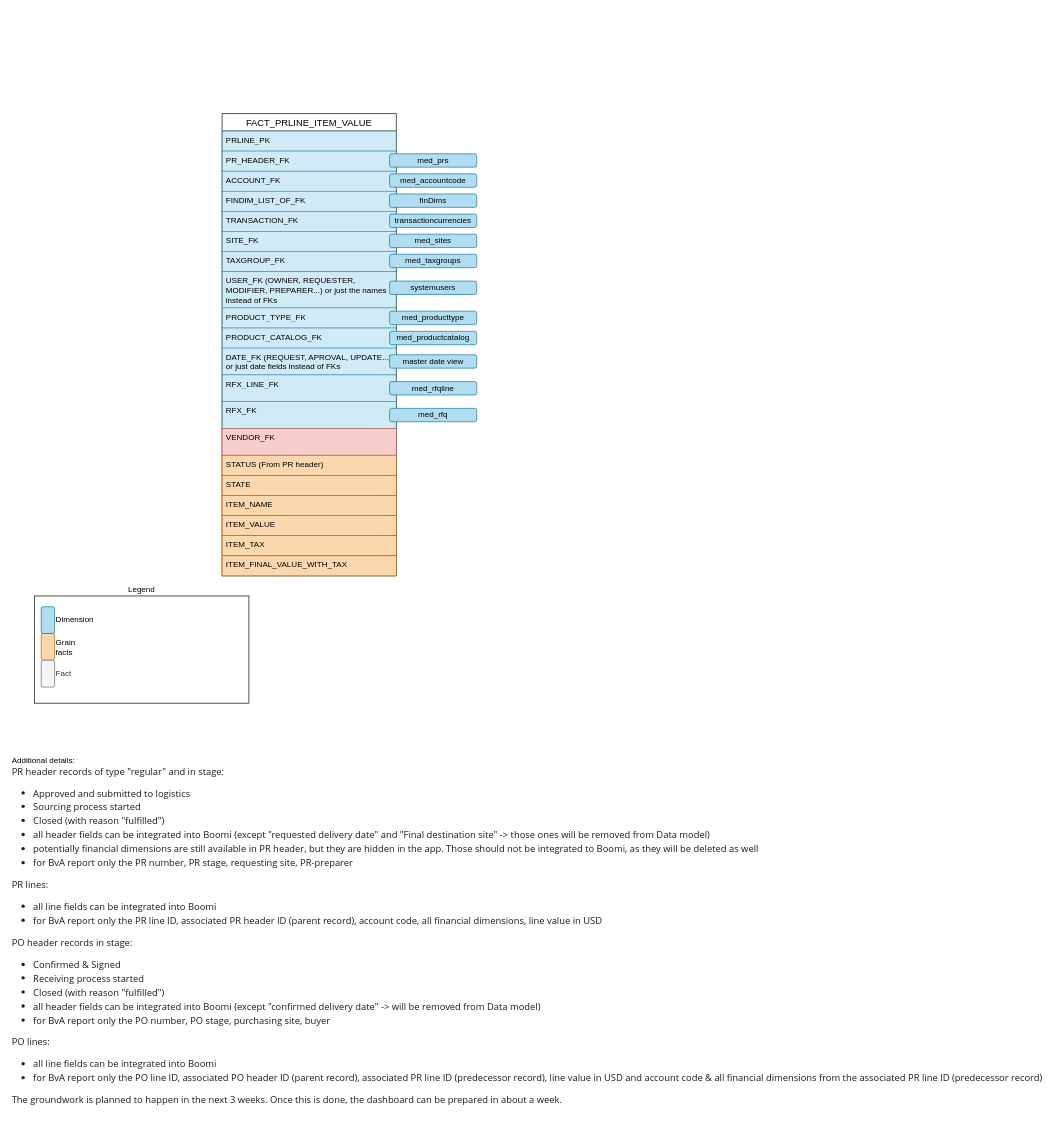
Above: page "Dimensional Model" (6 of 7) of scm_value_chain.drawio in Medair/drawio (draw.io), before the change. Source tidied: cells renumbered, new cells numbered last; positions are measured from the earlier drawing's top-left corner, leaving out a move shared by most shapes. Both pictures are drawn from the tidied source at 67%, with x=0, y=0 at pixel (27, 113).
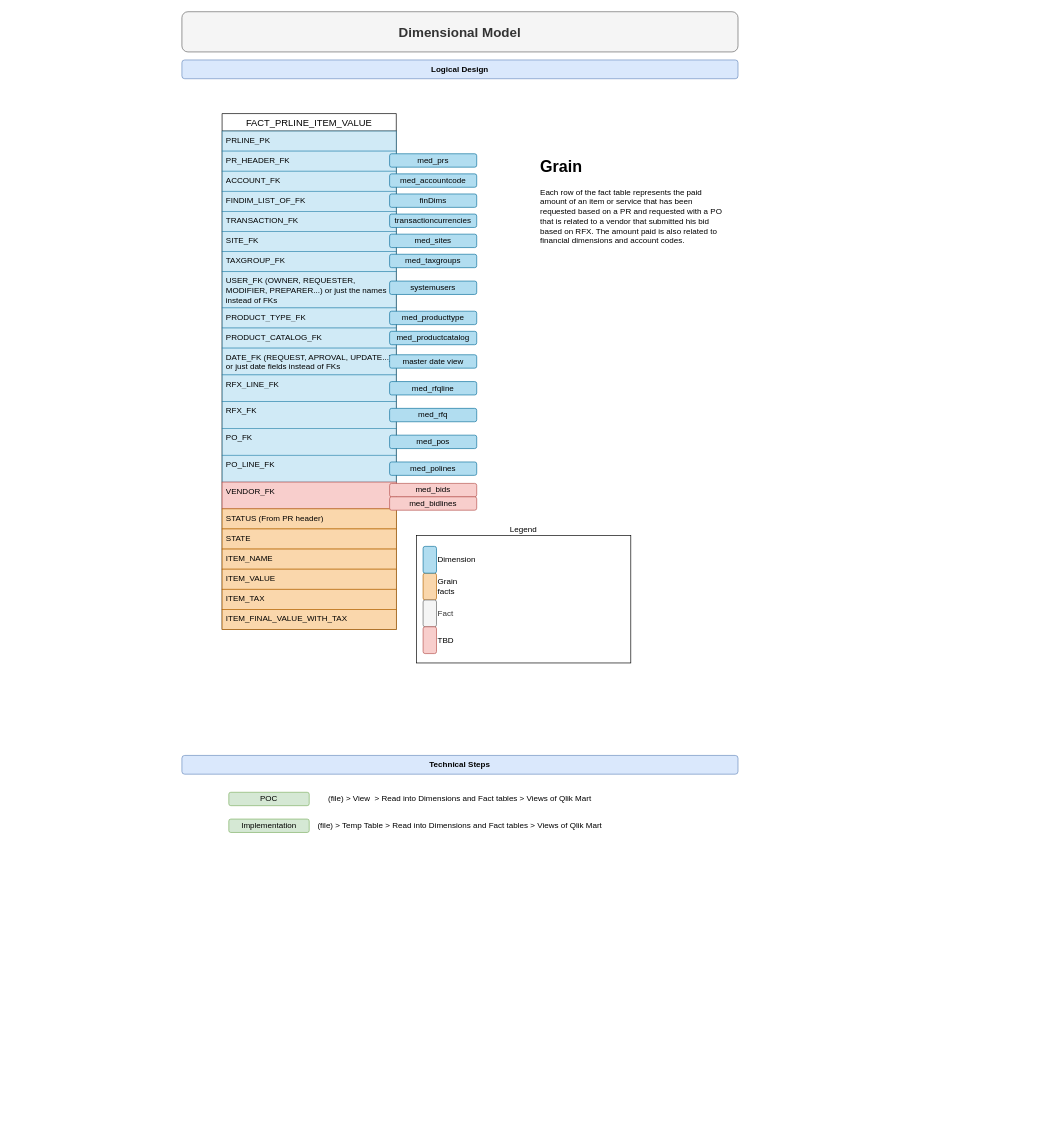
The same diagram, later.

Diff of the diagram source:
```diff
@@
     <mxCell id="2" value="FACT_PRLINE_ITEM_VALUE" style="swimlane;fontStyle=0;horizontal=1;startSize=26;align=center;fontSize=14;" parent="1" vertex="1">
-      <mxGeometry x="290" width="260" height="690" as="geometry" />
+      <mxGeometry x="290" width="260" height="770" as="geometry" />
     </mxCell>
@@
+    <mxCell id="41" value="PO_FK" style="text;strokeColor=#10739e;fillColor=#b1ddf0;spacingLeft=4;spacingRight=4;overflow=hidden;fontSize=12;whiteSpace=wrap;html=1;opacity=60;" parent="2" vertex="1">
+      <mxGeometry y="470" width="260" height="40" as="geometry" />
+    </mxCell>
+    <mxCell id="42" value="PO_LINE_FK" style="text;strokeColor=#10739e;fillColor=#b1ddf0;spacingLeft=4;spacingRight=4;overflow=hidden;fontSize=12;whiteSpace=wrap;html=1;opacity=60;" parent="2" vertex="1">
+      <mxGeometry y="510" width="260" height="40" as="geometry" />
+    </mxCell>
     <mxCell id="16" value="VENDOR_FK" style="text;strokeColor=#b85450;fillColor=#f8cecc;spacingLeft=4;spacingRight=4;overflow=hidden;fontSize=12;whiteSpace=wrap;html=1;" parent="2" vertex="1">
-      <mxGeometry y="470" width="260" height="40" as="geometry" />
+      <mxGeometry y="550" width="260" height="40" as="geometry" />
     </mxCell>
     <mxCell id="17" value="STATUS (From PR header)" style="text;spacingLeft=4;spacingRight=4;overflow=hidden;fontSize=12;whiteSpace=wrap;html=1;fillColor=#fad7ac;strokeColor=#b46504;" parent="2" vertex="1">
-      <mxGeometry y="510" width="260" height="30" as="geometry" />
+      <mxGeometry y="590" width="260" height="30" as="geometry" />
     </mxCell>
     <mxCell id="18" value="STATE" style="text;spacingLeft=4;spacingRight=4;overflow=hidden;fontSize=12;whiteSpace=wrap;html=1;fillColor=#fad7ac;strokeColor=#b46504;" parent="2" vertex="1">
-      <mxGeometry y="540" width="260" height="30" as="geometry" />
+      <mxGeometry y="620" width="260" height="30" as="geometry" />
     </mxCell>
     <mxCell id="19" value="ITEM_NAME" style="text;spacingLeft=4;spacingRight=4;overflow=hidden;fontSize=12;whiteSpace=wrap;html=1;fillColor=#fad7ac;strokeColor=#b46504;" parent="2" vertex="1">
-      <mxGeometry y="570" width="260" height="30" as="geometry" />
+      <mxGeometry y="650" width="260" height="30" as="geometry" />
     </mxCell>
     <mxCell id="20" value="ITEM_VALUE" style="text;strokeColor=#b46504;fillColor=#fad7ac;spacingLeft=4;spacingRight=4;overflow=hidden;fontSize=12;whiteSpace=wrap;html=1;" parent="2" vertex="1">
-      <mxGeometry y="600" width="260" height="30" as="geometry" />
+      <mxGeometry y="680" width="260" height="30" as="geometry" />
     </mxCell>
     <mxCell id="21" value="ITEM_TAX" style="text;strokeColor=#b46504;fillColor=#fad7ac;spacingLeft=4;spacingRight=4;overflow=hidden;fontSize=12;whiteSpace=wrap;html=1;" parent="2" vertex="1">
-      <mxGeometry y="630" width="260" height="30" as="geometry" />
+      <mxGeometry y="710" width="260" height="30" as="geometry" />
     </mxCell>
     <mxCell id="22" value="ITEM_FINAL_VALUE_WITH_TAX" style="text;strokeColor=#b46504;fillColor=#fad7ac;spacingLeft=4;spacingRight=4;overflow=hidden;fontSize=12;whiteSpace=wrap;html=1;" parent="2" vertex="1">
-      <mxGeometry y="660" width="260" height="30" as="geometry" />
+      <mxGeometry y="740" width="260" height="30" as="geometry" />
     </mxCell>
@@
     <mxCell id="32" style="group;" parent="1" vertex="1">
-      <mxGeometry x="10" y="720" width="320" height="260" as="geometry" />
+      <mxGeometry x="580" y="630" width="320" height="260" as="geometry" />
     </mxCell>
     <mxCell id="33" value="Legend" style="rounded=0;whiteSpace=wrap;html=1;align=center;labelPosition=center;verticalLabelPosition=top;verticalAlign=bottom;" parent="32" vertex="1">
-      <mxGeometry width="320" height="160" as="geometry" />
+      <mxGeometry width="320" height="190" as="geometry" />
     </mxCell>
@@
+    <mxCell id="43" value="TBD" style="rounded=1;whiteSpace=wrap;html=1;fillColor=#f8cecc;strokeColor=#b85450;labelPosition=right;verticalLabelPosition=middle;align=left;verticalAlign=middle;" parent="32" vertex="1">
+      <mxGeometry x="10" y="136" width="20" height="40" as="geometry" />
+    </mxCell>
@@
-    <mxCell id="40" value="&lt;div style=&quot;text-align: left;&quot;&gt;&lt;span style=&quot;background-color: initial;&quot;&gt;Additional details:&lt;/span&gt;&lt;/div&gt;&lt;p style=&quot;text-align: left; box-sizing: border-box; margin: 0px 0px 16px; position: relative; color: rgba(0, 0, 0, 0.9); font-family: &amp;quot;Segoe UI VSS (Regular)&amp;quot;, &amp;quot;Segoe UI&amp;quot;, -apple-system, BlinkMacSystemFont, Roboto, &amp;quot;Helvetica Neue&amp;quot;, Helvetica, Ubuntu, Arial, sans-serif, &amp;quot;Apple Color Emoji&amp;quot;, &amp;quot;Segoe UI Emoji&amp;quot;, &amp;quot;Segoe UI Symbol&amp;quot;; font-size: 14px; background-color: rgb(255, 255, 255);&quot;&gt;PR header records of type &quot;regular&quot; and in stage:&lt;/p&gt;&lt;ul style=&quot;box-sizing: border-box; padding: 0px 0px 0px 32px; margin: 0px 0px 16px; color: rgba(0, 0, 0, 0.9); font-family: &amp;quot;Segoe UI VSS (Regular)&amp;quot;, &amp;quot;Segoe UI&amp;quot;, -apple-system, BlinkMacSystemFont, Roboto, &amp;quot;Helvetica Neue&amp;quot;, Helvetica, Ubuntu, Arial, sans-serif, &amp;quot;Apple Color Emoji&amp;quot;, &amp;quot;Segoe UI Emoji&amp;quot;, &amp;quot;Segoe UI Symbol&amp;quot;; font-size: 14px; text-align: start; background-color: rgb(255, 255, 255);&quot;&gt;&lt;li style=&quot;box-sizing: border-box; list-style: inherit;&quot;&gt;Approved and submitted to logistics&lt;/li&gt;&lt;li style=&quot;box-sizing: border-box; list-style: inherit; margin-top: 4px;&quot;&gt;Sourcing process started&lt;/li&gt;&lt;li style=&quot;box-sizing: border-box; list-style: inherit; margin-top: 4px;&quot;&gt;Closed (with reason &quot;fulfilled&quot;)&lt;/li&gt;&lt;li style=&quot;box-sizing: border-box; list-style: inherit; margin-top: 4px;&quot;&gt;all header fields can be integrated into Boomi (except &quot;requested delivery date&quot; and &quot;Final destination site&quot; -&amp;gt; those ones will be removed from Data model)&lt;/li&gt;&lt;li style=&quot;box-sizing: border-box; list-style: inherit; margin-top: 4px;&quot;&gt;potentially financial dimensions are still available in PR header, but they are hidden in the app. Those should not be integrated to Boomi, as they will be deleted as well&lt;/li&gt;&lt;li style=&quot;box-sizing: border-box; list-style: inherit; margin-top: 4px;&quot;&gt;for BvA report only the PR number, PR stage, requesting site, PR-preparer&lt;/li&gt;&lt;/ul&gt;&lt;p style=&quot;box-sizing: border-box; margin: 0px 0px 16px; position: relative; color: rgba(0, 0, 0, 0.9); font-family: &amp;quot;Segoe UI VSS (Regular)&amp;quot;, &amp;quot;Segoe UI&amp;quot;, -apple-system, BlinkMacSystemFont, Roboto, &amp;quot;Helvetica Neue&amp;quot;, Helvetica, Ubuntu, Arial, sans-serif, &amp;quot;Apple Color Emoji&amp;quot;, &amp;quot;Segoe UI Emoji&amp;quot;, &amp;quot;Segoe UI Symbol&amp;quot;; font-size: 14px; text-align: start; background-color: rgb(255, 255, 255);&quot;&gt;PR lines:&lt;/p&gt;&lt;ul style=&quot;box-sizing: border-box; padding: 0px 0px 0px 32px; margin: 0px 0px 16px; color: rgba(0, 0, 0, 0.9); font-family: &amp;quot;Segoe UI VSS (Regular)&amp;quot;, &amp;quot;Segoe UI&amp;quot;, -apple-system, BlinkMacSystemFont, Roboto, &amp;quot;Helvetica Neue&amp;quot;, Helvetica, Ubuntu, Arial, sans-serif, &amp;quot;Apple Color Emoji&amp;quot;, &amp;quot;Segoe UI Emoji&amp;quot;, &amp;quot;Segoe UI Symbol&amp;quot;; font-size: 14px; text-align: start; background-color: rgb(255, 255, 255);&quot;&gt;&lt;li style=&quot;box-sizing: border-box; list-style: inherit;&quot;&gt;all line fields can be integrated into Boomi&lt;/li&gt;&lt;li style=&quot;box-sizing: border-box; list-style: inherit; margin-top: 4px;&quot;&gt;for BvA report only the PR line ID, associated PR header ID (parent record), account code, all financial dimensions, line value in USD&lt;/li&gt;&lt;/ul&gt;&lt;p style=&quot;box-sizing: border-box; margin: 0px 0px 16px; position: relative; color: rgba(0, 0, 0, 0.9); font-family: &amp;quot;Segoe UI VSS (Regular)&amp;quot;, &amp;quot;Segoe UI&amp;quot;, -apple-system, BlinkMacSystemFont, Roboto, &amp;quot;Helvetica Neue&amp;quot;, Helvetica, Ubuntu, Arial, sans-serif, &amp;quot;Apple Color Emoji&amp;quot;, &amp;quot;Segoe UI Emoji&amp;quot;, &amp;quot;Segoe UI Symbol&amp;quot;; font-size: 14px; text-align: start; background-color: rgb(255, 255, 255);&quot;&gt;PO header records in stage:&lt;/p&gt;&lt;ul style=&quot;box-sizing: border-box; padding: 0px 0px 0px 32px; margin: 0px 0px 16px; color: rgba(0, 0, 0, 0.9); font-family: &amp;quot;Segoe UI VSS (Regular)&amp;quot;, &amp;quot;Segoe UI&amp;quot;, -apple-system, BlinkMacSystemFont, Roboto, &amp;quot;Helvetica Neue&amp;quot;, Helvetica, Ubuntu, Arial, sans-serif, &amp;quot;Apple Color Emoji&amp;quot;, &amp;quot;Segoe UI Emoji&amp;quot;, &amp;quot;Segoe UI Symbol&amp;quot;; font-size: 14px; text-align: start; background-color: rgb(255, 255, 255);&quot;&gt;&lt;li style=&quot;box-sizing: border-box; list-style: inherit;&quot;&gt;Confirmed &amp;amp; Signed&lt;/li&gt;&lt;li style=&quot;box-sizing: border-box; list-style: inherit; margin-top: 4px;&quot;&gt;Receiving process started&lt;/li&gt;&lt;li style=&quot;box-sizing: border-box; list-style: inherit; margin-top: 4px;&quot;&gt;Closed (with reason &quot;fulfilled&quot;)&lt;/li&gt;&lt;li style=&quot;box-sizing: border-box; list-style: inherit; margin-top: 4px;&quot;&gt;all header fields can be integrated into Boomi (except &quot;confirmed delivery date&quot; -&amp;gt; will be removed from Data model)&lt;/li&gt;&lt;li style=&quot;box-sizing: border-box; list-style: inherit; margin-top: 4px;&quot;&gt;for BvA report only the PO number, PO stage, purchasing site, buyer&lt;/li&gt;&lt;/ul&gt;&lt;p style=&quot;box-sizing: border-box; margin: 0px 0px 16px; position: relative; color: rgba(0, 0, 0, 0.9); font-family: &amp;quot;Segoe UI VSS (Regular)&amp;quot;, &amp;quot;Segoe UI&amp;quot;, -apple-system, BlinkMacSystemFont, Roboto, &amp;quot;Helvetica Neue&amp;quot;, Helvetica, Ubuntu, Arial, sans-serif, &amp;quot;Apple Color Emoji&amp;quot;, &amp;quot;Segoe UI Emoji&amp;quot;, &amp;quot;Segoe UI Symbol&amp;quot;; font-size: 14px; text-align: start; background-color: rgb(255, 255, 255);&quot;&gt;PO lines:&lt;/p&gt;&lt;ul style=&quot;box-sizing: border-box; padding: 0px 0px 0px 32px; margin: 0px 0px 16px; color: rgba(0, 0, 0, 0.9); font-family: &amp;quot;Segoe UI VSS (Regular)&amp;quot;, &amp;quot;Segoe UI&amp;quot;, -apple-system, BlinkMacSystemFont, Roboto, &amp;quot;Helvetica Neue&amp;quot;, Helvetica, Ubuntu, Arial, sans-serif, &amp;quot;Apple Color Emoji&amp;quot;, &amp;quot;Segoe UI Emoji&amp;quot;, &amp;quot;Segoe UI Symbol&amp;quot;; font-size: 14px; text-align: start; background-color: rgb(255, 255, 255);&quot;&gt;&lt;li style=&quot;box-sizing: border-box; list-style: inherit;&quot;&gt;all line fields can be integrated into Boomi&lt;/li&gt;&lt;li style=&quot;box-sizing: border-box; list-style: inherit; margin-top: 4px;&quot;&gt;for BvA report only the PO line ID, associated PO header ID (parent record), associated PR line ID (predecessor record), line value in USD and account code &amp;amp; all financial dimensions from the associated PR line ID (predecessor record)&lt;/li&gt;&lt;/ul&gt;&lt;p style=&quot;text-align: left; box-sizing: border-box; margin: 0px; position: relative; color: rgba(0, 0, 0, 0.9); font-family: &amp;quot;Segoe UI VSS (Regular)&amp;quot;, &amp;quot;Segoe UI&amp;quot;, -apple-system, BlinkMacSystemFont, Roboto, &amp;quot;Helvetica Neue&amp;quot;, Helvetica, Ubuntu, Arial, sans-serif, &amp;quot;Apple Color Emoji&amp;quot;, &amp;quot;Segoe UI Emoji&amp;quot;, &amp;quot;Segoe UI Symbol&amp;quot;; font-size: 14px; background-color: rgb(255, 255, 255);&quot;&gt;The groundwork is planned to happen in the next 3 weeks. Once this is done, the dashboard can be prepared in about a week.&lt;/p&gt;" style="text;html=1;align=center;verticalAlign=middle;strokeColor=none;fillColor=none;" parent="1" vertex="1">
-      <mxGeometry y="950" width="1490" height="540" as="geometry" />
-    </mxCell>
+    <mxCell id="44" value="med_pos" style="rounded=1;whiteSpace=wrap;html=1;fillColor=#b1ddf0;strokeColor=#10739e;" parent="1" vertex="1">
+      <mxGeometry x="540" y="480" width="130" height="20" as="geometry" />
+    </mxCell>
+    <mxCell id="45" value="med_polines" style="rounded=1;whiteSpace=wrap;html=1;fillColor=#b1ddf0;strokeColor=#10739e;" parent="1" vertex="1">
+      <mxGeometry x="540" y="520" width="130" height="20" as="geometry" />
+    </mxCell>
+    <mxCell id="46" value="med_bids" style="rounded=1;whiteSpace=wrap;html=1;fillColor=#f8cecc;strokeColor=#b85450;" parent="1" vertex="1">
+      <mxGeometry x="540" y="552" width="130" height="20" as="geometry" />
+    </mxCell>
+    <mxCell id="47" value="med_bidlines" style="rounded=1;whiteSpace=wrap;html=1;fillColor=#f8cecc;strokeColor=#b85450;" parent="1" vertex="1">
+      <mxGeometry x="540" y="572" width="130" height="20" as="geometry" />
+    </mxCell>
+    <mxCell id="48" value="&lt;h1&gt;Grain&lt;/h1&gt;&lt;p&gt;Each row of the fact table represents the paid amount of an item or service that has been requested based on a PR and requested with a PO that is related to a vendor that submitted his bid based on RFX. The amount paid is also related to financial dimensions and account codes.&lt;/p&gt;" style="text;html=1;strokeColor=none;fillColor=none;spacing=5;spacingTop=-20;whiteSpace=wrap;overflow=hidden;rounded=0;" parent="1" vertex="1">
+      <mxGeometry x="760" y="60" width="290" height="170" as="geometry" />
+    </mxCell>
+    <mxCell id="49" value="&lt;b&gt;&lt;font style=&quot;font-size: 12px;&quot;&gt;Logical Design&lt;/font&gt;&lt;/b&gt;" style="rounded=1;whiteSpace=wrap;html=1;fillColor=#dae8fc;strokeColor=#6c8ebf;" parent="1" vertex="1">
+      <mxGeometry x="230" y="-80" width="830" height="28" as="geometry" />
+    </mxCell>
+    <mxCell id="50" value="&lt;b&gt;&lt;font style=&quot;font-size: 20px;&quot;&gt;Dimensional Model&lt;/font&gt;&lt;/b&gt;" style="rounded=1;whiteSpace=wrap;html=1;fillColor=#f5f5f5;fontColor=#333333;strokeColor=#666666;" parent="1" vertex="1">
+      <mxGeometry x="230" y="-152" width="830" height="60" as="geometry" />
+    </mxCell>
+    <mxCell id="51" value="&lt;b&gt;&lt;font style=&quot;font-size: 12px;&quot;&gt;Technical Steps&lt;/font&gt;&lt;/b&gt;" style="rounded=1;whiteSpace=wrap;html=1;fillColor=#dae8fc;strokeColor=#6c8ebf;" parent="1" vertex="1">
+      <mxGeometry x="230" y="958" width="830" height="28" as="geometry" />
+    </mxCell>
+    <mxCell id="52" value="(file) &amp;gt; View&amp;nbsp; &amp;gt; Read into Dimensions and Fact tables &amp;gt; Views of Qlik Mart" style="text;html=1;strokeColor=none;fillColor=none;align=center;verticalAlign=middle;whiteSpace=wrap;rounded=0;" parent="1" vertex="1">
+      <mxGeometry x="230" y="1008" width="830" height="30" as="geometry" />
+    </mxCell>
+    <mxCell id="53" value="(file) &amp;gt; Temp Table &amp;gt; Read into Dimensions and Fact tables &amp;gt; Views of Qlik Mart" style="text;html=1;strokeColor=none;fillColor=none;align=center;verticalAlign=middle;whiteSpace=wrap;rounded=0;" parent="1" vertex="1">
+      <mxGeometry x="230" y="1048" width="830" height="30" as="geometry" />
+    </mxCell>
+    <mxCell id="54" value="POC" style="rounded=1;whiteSpace=wrap;html=1;fillColor=#d5e8d4;strokeColor=#82b366;" parent="1" vertex="1">
+      <mxGeometry x="300" y="1013" width="120" height="20" as="geometry" />
+    </mxCell>
+    <mxCell id="55" value="Implementation" style="rounded=1;whiteSpace=wrap;html=1;fillColor=#d5e8d4;strokeColor=#82b366;" parent="1" vertex="1">
+      <mxGeometry x="300" y="1053" width="120" height="20" as="geometry" />
+    </mxCell>
```
